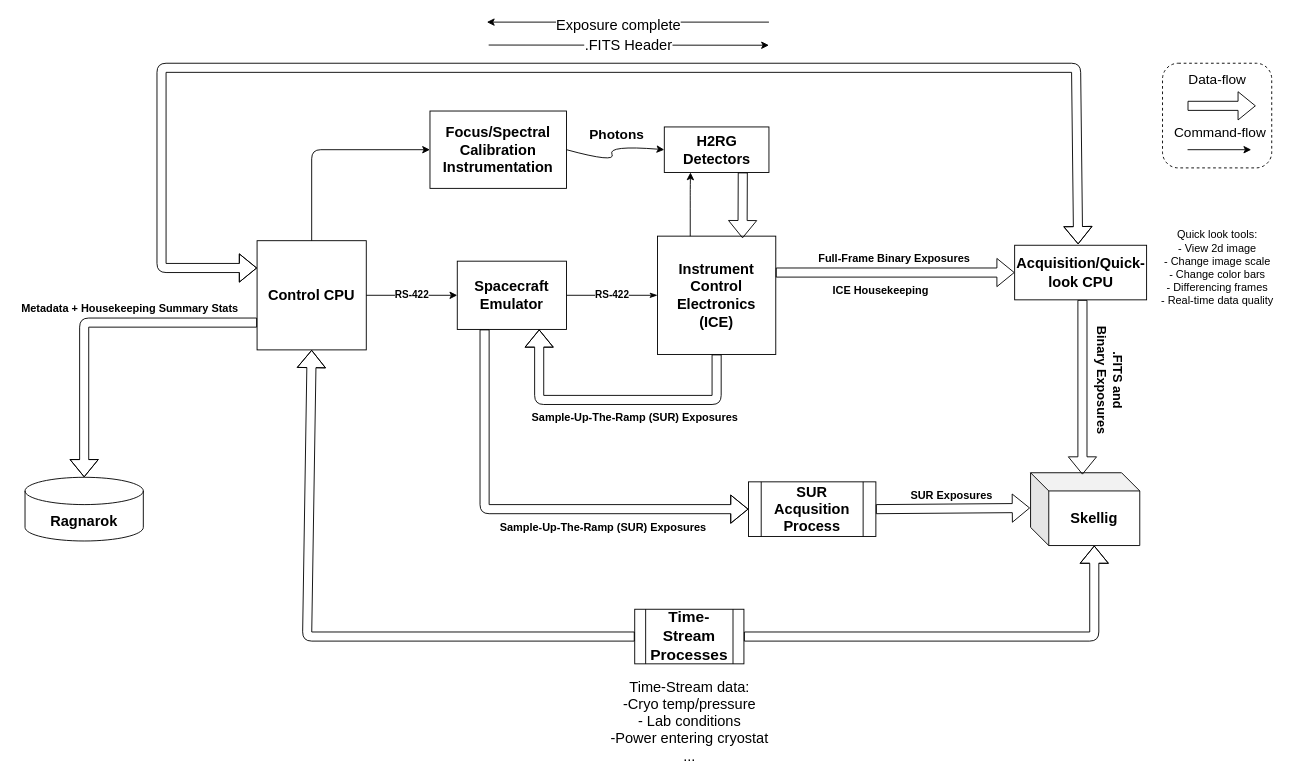
Earlier version of the draw.io diagram SPHEREx-Calibration-Automation/presentations/Review/GSESoftwareArchitecture.drawio (samcondon4/SPHEREx-lab-tools). Source tidied: cells renumbered, new cells numbered last; positions are measured from the earlier drawing's top-left corner, leaving out a move shared by most shapes. Both pictures are drawn from the tidied source at 91%, with x=0, y=0 at pixel (15, 22).
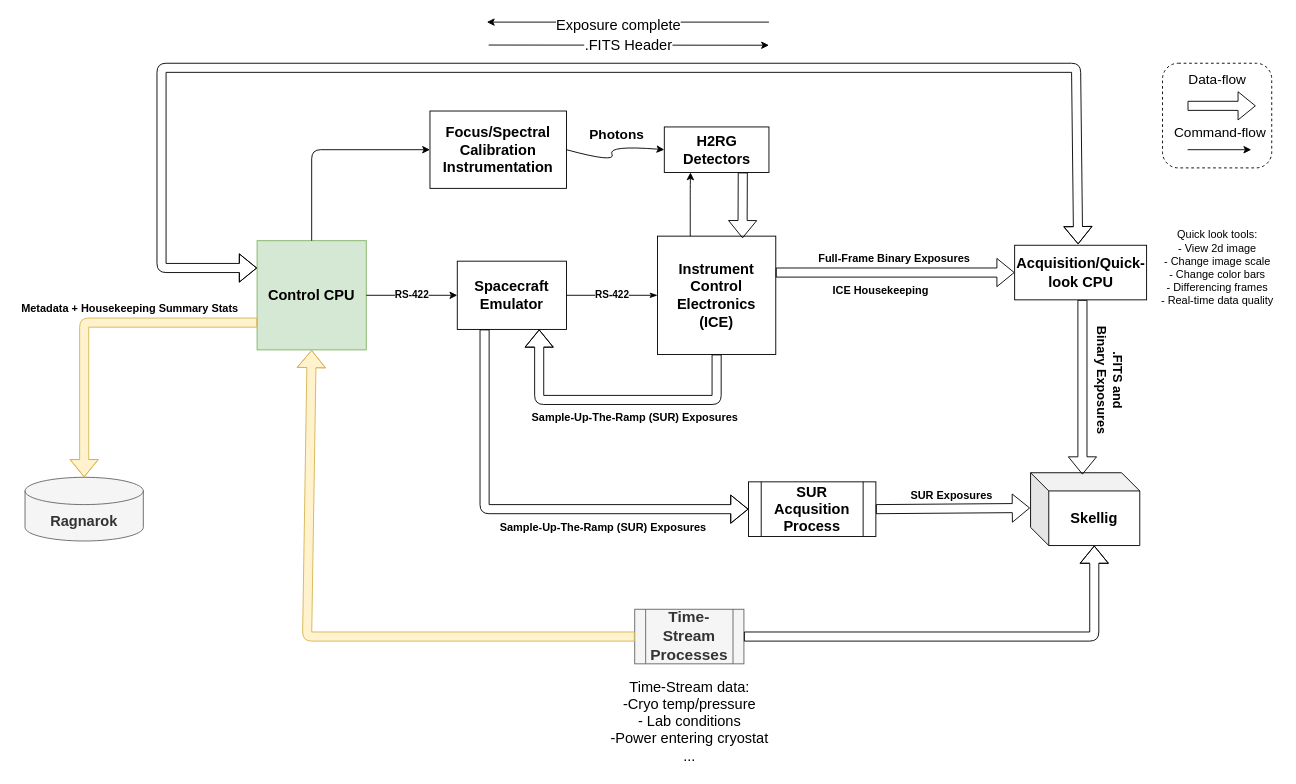
After the change.

Diff of the diagram source:
```diff
@@
-    <mxCell id="10" value="Control CPU" style="whiteSpace=wrap;html=1;fontStyle=1;fontSize=16;" parent="1" vertex="1">
+    <mxCell id="10" value="Control CPU" style="whiteSpace=wrap;html=1;fontStyle=1;fontSize=16;fillColor=#d5e8d4;strokeColor=#82b366;" parent="1" vertex="1">
       <mxGeometry x="265" y="240" width="120" height="120" as="geometry" />
     </mxCell>
@@
-    <mxCell id="18" value="Time-Stream Processes" style="shape=process;whiteSpace=wrap;html=1;backgroundOutline=1;fontStyle=1;fontSize=17;" parent="1" vertex="1">
+    <mxCell id="18" value="Time-Stream Processes" style="shape=process;whiteSpace=wrap;html=1;backgroundOutline=1;fontStyle=1;fontSize=17;fillColor=#f5f5f5;strokeColor=#666666;fontColor=#333333;" parent="1" vertex="1">
       <mxGeometry x="680" y="645" width="120" height="60" as="geometry" />
     </mxCell>
@@
-    <mxCell id="20" value="Ragnarok" style="shape=cylinder3;whiteSpace=wrap;html=1;boundedLbl=1;backgroundOutline=1;size=15;fontStyle=1;fontSize=16;" parent="1" vertex="1">
+    <mxCell id="20" value="Ragnarok" style="shape=cylinder3;whiteSpace=wrap;html=1;boundedLbl=1;backgroundOutline=1;size=15;fontStyle=1;fontSize=16;fillColor=#f5f5f5;strokeColor=#666666;fontColor=#333333;" parent="1" vertex="1">
       <mxGeometry x="10" y="500" width="130" height="70" as="geometry" />
     </mxCell>
@@
-    <mxCell id="35" style="shape=flexArrow;endArrow=classic;html=1;exitX=0;exitY=0.75;exitDx=0;exitDy=0;entryX=0.5;entryY=0;entryDx=0;entryDy=0;entryPerimeter=0;" parent="1" edge="1" source="10" target="20">
+    <mxCell id="35" style="shape=flexArrow;endArrow=classic;html=1;exitX=0;exitY=0.75;exitDx=0;exitDy=0;entryX=0.5;entryY=0;entryDx=0;entryDy=0;entryPerimeter=0;fillColor=#fff2cc;strokeColor=#d6b656;" parent="1" edge="1" source="10" target="20">
       <mxGeometry relative="1" as="geometry">
         <Array as="points">
           <mxPoint x="75" y="330" />
         </Array>
       </mxGeometry>
     </mxCell>
@@
-    <mxCell id="41" style="shape=flexArrow;endArrow=classic;html=1;fontSize=12;entryX=0.5;entryY=1;entryDx=0;entryDy=0;exitX=0;exitY=0.5;exitDx=0;exitDy=0;" parent="1" edge="1" source="18" target="10">
+    <mxCell id="41" style="shape=flexArrow;endArrow=classic;html=1;fontSize=12;entryX=0.5;entryY=1;entryDx=0;entryDy=0;exitX=0;exitY=0.5;exitDx=0;exitDy=0;fillColor=#fff2cc;strokeColor=#d6b656;" parent="1" edge="1" source="18" target="10">
       <mxGeometry relative="1" as="geometry">
         <Array as="points">
           <mxPoint x="320" y="675" />
         </Array>
       </mxGeometry>
     </mxCell>
```
